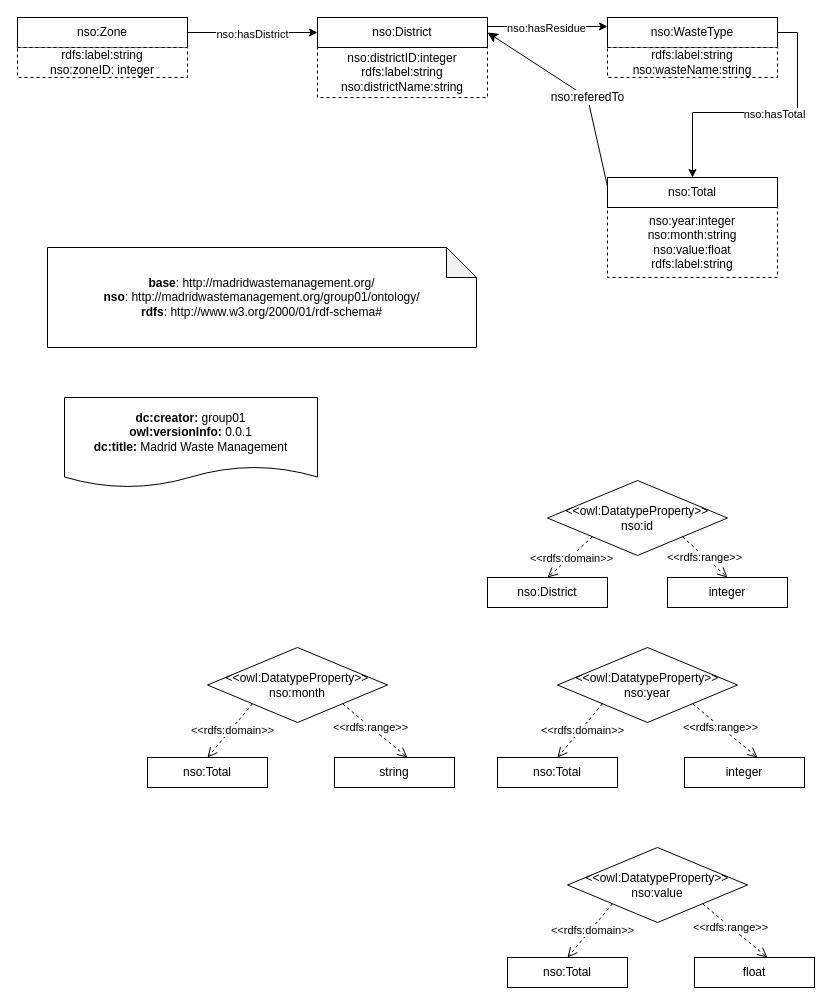
The draw.io diagram HandsOn/Group01/ontology/WasteManagement.drawio in FacultadInformatica-LinkedData/Curso2023-2024-ODKG, before the edit. Source tidied: cells renumbered, new cells numbered last; positions are measured from the earlier drawing's top-left corner, leaving out a move shared by most shapes. Both pictures are drawn from the tidied source at 100%, with x=0, y=0 at pixel (17, 17).
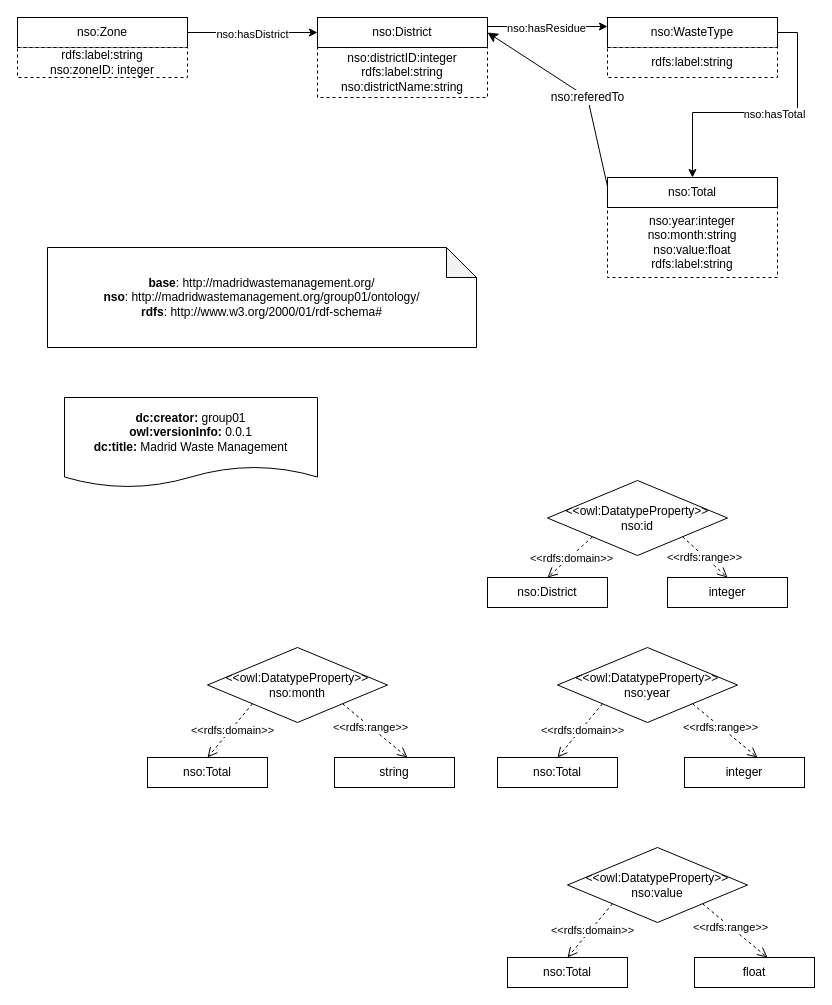
After the change.

Diff of the diagram source:
```diff
@@
-    <mxCell id="39" value="rdfs:label:string&lt;br&gt;nso:wasteName:string" style="rounded=0;whiteSpace=wrap;html=1;dashed=1;" parent="1" vertex="1">
+    <mxCell id="39" value="rdfs:label:string" style="rounded=0;whiteSpace=wrap;html=1;dashed=1;" parent="1" vertex="1">
       <mxGeometry x="590" y="30" width="170" height="30" as="geometry" />
     </mxCell>
```
